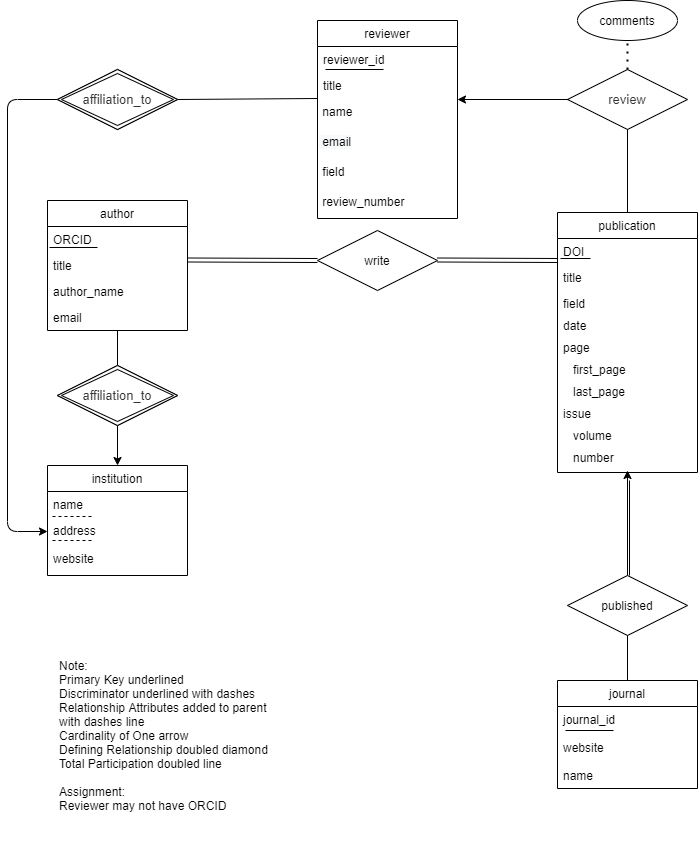
Earlier version of the draw.io export Untitled Diagram.png (impulseoy/learnGit). Source tidied: cells renumbered, new cells last; positions are measured from the earlier drawing's top-left corner, leaving out a move shared by most shapes.
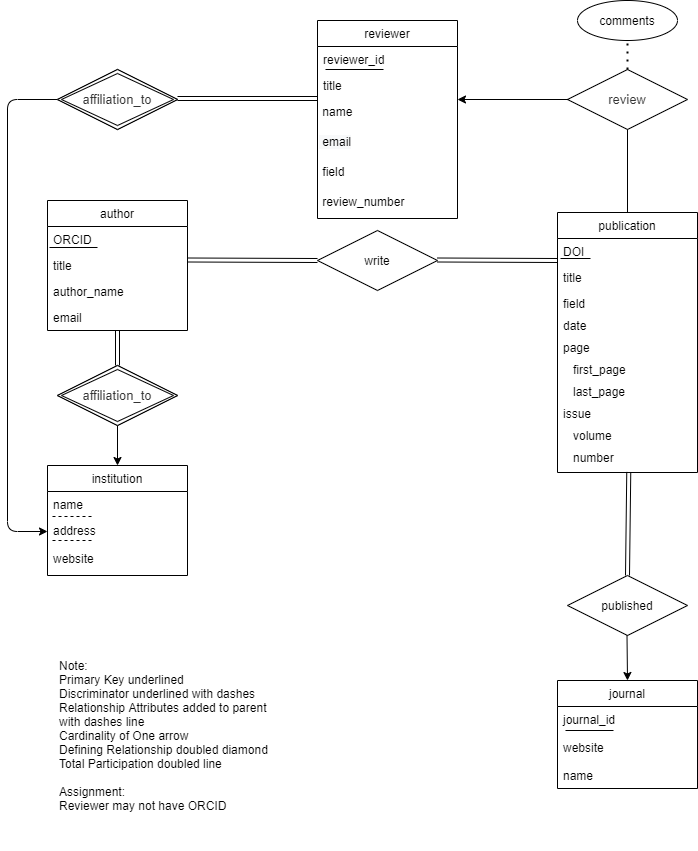
Later version of the same file.

Change to the diagram source:
```diff
@@ -62,11 +62,6 @@
     <mxCell id="19" value="email" style="text;strokeColor=none;fillColor=none;align=left;verticalAlign=top;spacingLeft=4;spacingRight=4;overflow=hidden;" parent="14" vertex="1">
       <mxGeometry y="104" width="140" height="26" as="geometry" />
     </mxCell>
-    <mxCell id="20" style="endArrow=none;html=1;rounded=0;" parent="14" edge="1" target="45">
-      <mxGeometry relative="1" as="geometry">
-        <mxPoint x="70" y="130" as="sourcePoint" />
-      </mxGeometry>
-    </mxCell>
     <mxCell id="21" value="write" style="shape=rhombus;perimeter=rhombusPerimeter;whiteSpace=wrap;html=1;align=center;" parent="1" vertex="1">
       <mxGeometry x="310" y="230" width="120" height="60" as="geometry" />
     </mxCell>
@@ -148,9 +143,6 @@
     <mxCell id="42" value="published" style="shape=rhombus;perimeter=rhombusPerimeter;whiteSpace=wrap;html=1;align=center;" parent="1" vertex="1">
       <mxGeometry x="560" y="575" width="120" height="60" as="geometry" />
     </mxCell>
-    <mxCell id="43" style="endArrow=none;html=1;rounded=0;exitX=0.5;exitY=0;exitDx=0;exitDy=0;entryX=0.5;entryY=1;entryDx=0;entryDy=0;" parent="1" edge="1" source="23" target="42">
-      <mxGeometry relative="1" as="geometry" />
-    </mxCell>
     <mxCell id="44" value="comments" style="ellipse;whiteSpace=wrap;html=1;align=center;" parent="1" vertex="1">
       <mxGeometry x="570" width="100" height="40" as="geometry" />
     </mxCell>
@@ -169,9 +161,6 @@
     <mxCell id="48" value="&lt;span style=&quot;color: rgb(51 , 51 , 51) ; font-family: &amp;#34;arial&amp;#34; , sans-serif ; font-size: 13px ; background-color: rgb(255 , 255 , 255)&quot;&gt;affiliation_to&lt;/span&gt;" style="shape=rhombus;perimeter=rhombusPerimeter;whiteSpace=wrap;html=1;align=center;" parent="1" vertex="1">
       <mxGeometry x="50" y="69" width="120" height="60" as="geometry" />
     </mxCell>
-    <mxCell id="49" value="&lt;span style=&quot;color: rgba(0 , 0 , 0 , 0) ; font-family: monospace ; font-size: 0px ; background-color: rgb(248 , 249 , 250)&quot;&gt;%3CmxGraphModel%3E%3Croot%3E%3CmxCell%20id%3D%220%22%2F%3E%3CmxCell%20id%3D%221%22%20parent%3D%220%22%2F%3E%3CmxCell%20id%3D%222%22%20value%3D%22%22%20style%3D%22endArrow%3Dnone%3Bhtml%3D1%3Brounded%3D0%3BexitX%3D1%3BexitY%3D0.5%3BexitDx%3D0%3BexitDy%3D0%3BentryX%3D0%3BentryY%3D0%3BentryDx%3D0%3BentryDy%3D0%3B%22%20edge%3D%221%22%20parent%3D%221%22%3E%3CmxGeometry%20relative%3D%221%22%20as%3D%22geometry%22%3E%3CmxPoint%20x%3D%22250%22%20y%3D%22359%22%20as%3D%22sourcePoint%22%2F%3E%3CmxPoint%20x%3D%22390%22%20y%3D%22358%22%20as%3D%22targetPoint%22%2F%3E%3C%2FmxGeometry%3E%3C%2FmxCell%3E%3C%2Froot%3E%3C%2FmxGraphModel%3E&lt;/span&gt;" style="endArrow=none;html=1;rounded=0;exitX=1;exitY=0.5;exitDx=0;exitDy=0;entryX=0;entryY=0;entryDx=0;entryDy=0;" parent="1" edge="1" source="48" target="38">
-      <mxGeometry relative="1" as="geometry" />
-    </mxCell>
     <mxCell id="50" style="endArrow=classic;html=1;exitX=0;exitY=0.5;exitDx=0;exitDy=0;entryX=0;entryY=0.5;entryDx=0;entryDy=0;" parent="1" edge="1" source="48" target="31">
       <mxGeometry relative="1" as="geometry">
         <Array as="points">
@@ -189,17 +178,6 @@
         <mxPoint x="450" y="99" as="targetPoint" />
       </mxGeometry>
     </mxCell>
-    <mxCell id="53" style="endArrow=classic;html=1;exitX=0.5;exitY=0;exitDx=0;exitDy=0;" parent="1" edge="1" source="42">
-      <mxGeometry relative="1" as="geometry">
-        <mxPoint x="620" y="470" as="targetPoint" />
-      </mxGeometry>
-    </mxCell>
-    <mxCell id="54" style="endArrow=none;html=1;" parent="1" edge="1">
-      <mxGeometry relative="1" as="geometry">
-        <mxPoint x="622" y="575" as="sourcePoint" />
-        <mxPoint x="622" y="480" as="targetPoint" />
-      </mxGeometry>
-    </mxCell>
     <mxCell id="55" value="&lt;span style=&quot;color: rgba(0 , 0 , 0 , 0) ; font-family: monospace ; font-size: 0px ; background-color: rgb(248 , 249 , 250)&quot;&gt;%3CmxGraphModel%3E%3Croot%3E%3CmxCell%20id%3D%220%22%2F%3E%3CmxCell%20id%3D%221%22%20parent%3D%220%22%2F%3E%3CmxCell%20id%3D%222%22%20value%3D%22%22%20style%3D%22endArrow%3Dnone%3Bhtml%3D1%3Brounded%3D0%3BexitX%3D1%3BexitY%3D0.5%3BexitDx%3D0%3BexitDy%3D0%3BentryX%3D0%3BentryY%3D0%3BentryDx%3D0%3BentryDy%3D0%3B%22%20edge%3D%221%22%20parent%3D%221%22%3E%3CmxGeometry%20relative%3D%221%22%20as%3D%22geometry%22%3E%3CmxPoint%20x%3D%22250%22%20y%3D%22359%22%20as%3D%22sourcePoint%22%2F%3E%3CmxPoint%20x%3D%22390%22%20y%3D%22358%22%20as%3D%22targetPoint%22%2F%3E%3C%2FmxGeometry%3E%3C%2FmxCell%3E%3C%2Froot%3E%3C%2FmxGraphModel%3E&lt;/span&gt;" style="endArrow=none;html=1;rounded=0;exitX=0.5;exitY=0;exitDx=0;exitDy=0;entryX=0;entryY=0;entryDx=0;entryDy=0;" parent="1" edge="1" source="2">
       <mxGeometry relative="1" as="geometry">
         <mxPoint x="620" y="129" as="targetPoint" />
@@ -219,5 +197,23 @@
         <mxPoint x="620" y="40" as="targetPoint" />
       </mxGeometry>
     </mxCell>
+    <mxCell id="60" style="endArrow=classic;html=1;exitX=0.5;exitY=1;exitDx=0;exitDy=0;entryX=0.5;entryY=0;entryDx=0;entryDy=0;" parent="1" edge="1" target="23">
+      <mxGeometry relative="1" as="geometry">
+        <mxPoint x="619.5" y="635" as="sourcePoint" />
+      </mxGeometry>
+    </mxCell>
+    <mxCell id="61" style="shape=link;html=1;rounded=0;entryX=0.509;entryY=0.981;entryDx=0;entryDy=0;entryPerimeter=0;exitX=0.5;exitY=0;exitDx=0;exitDy=0;" parent="1" edge="1" source="42" target="13">
+      <mxGeometry relative="1" as="geometry" />
+    </mxCell>
+    <mxCell id="62" style="shape=link;html=1;rounded=0;entryX=0;entryY=0;entryDx=0;entryDy=0;" parent="1" edge="1" target="38">
+      <mxGeometry relative="1" as="geometry">
+        <mxPoint x="170" y="98" as="sourcePoint" />
+      </mxGeometry>
+    </mxCell>
+    <mxCell id="63" style="shape=link;html=1;rounded=0;" parent="1" edge="1" source="56">
+      <mxGeometry relative="1" as="geometry">
+        <mxPoint x="110" y="330" as="targetPoint" />
+      </mxGeometry>
+    </mxCell>
   </root>
 </mxGraphModel>
```
